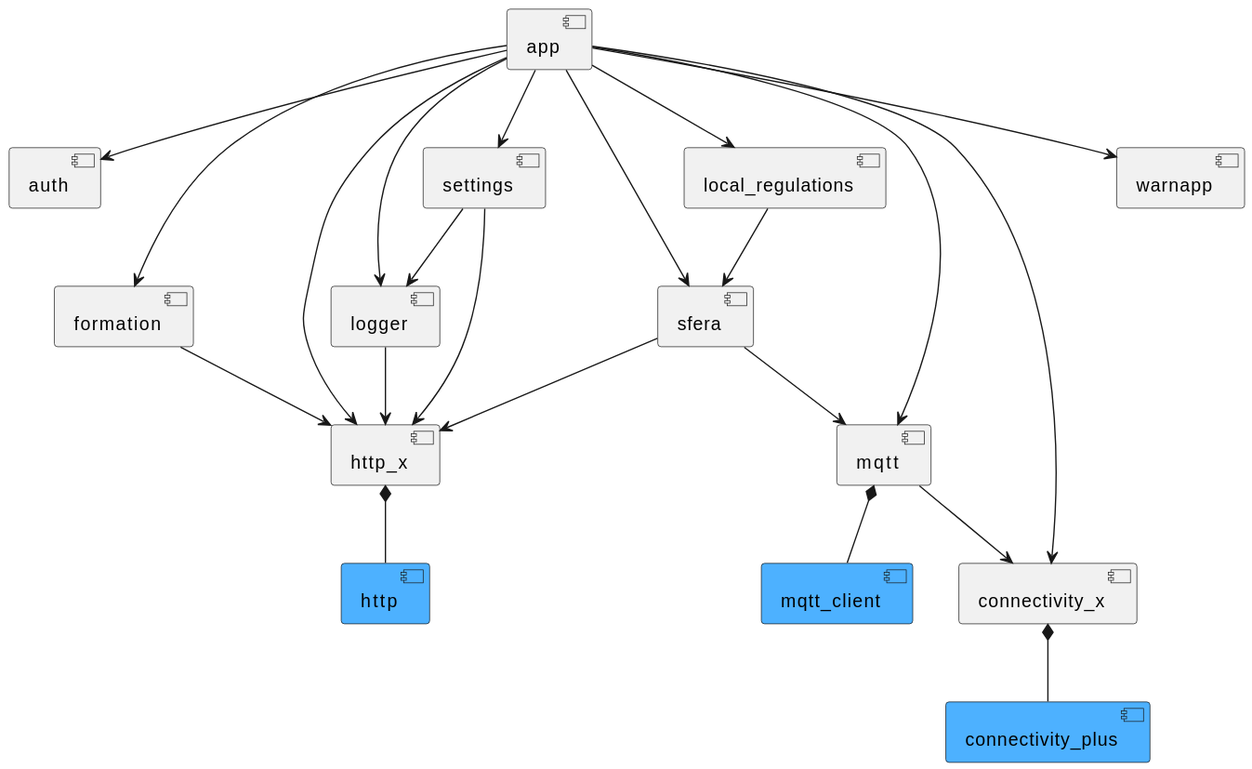
Above: das_client/components.svg in SchweizerischeBundesbahnen/DAS (PlantUML), before the change.
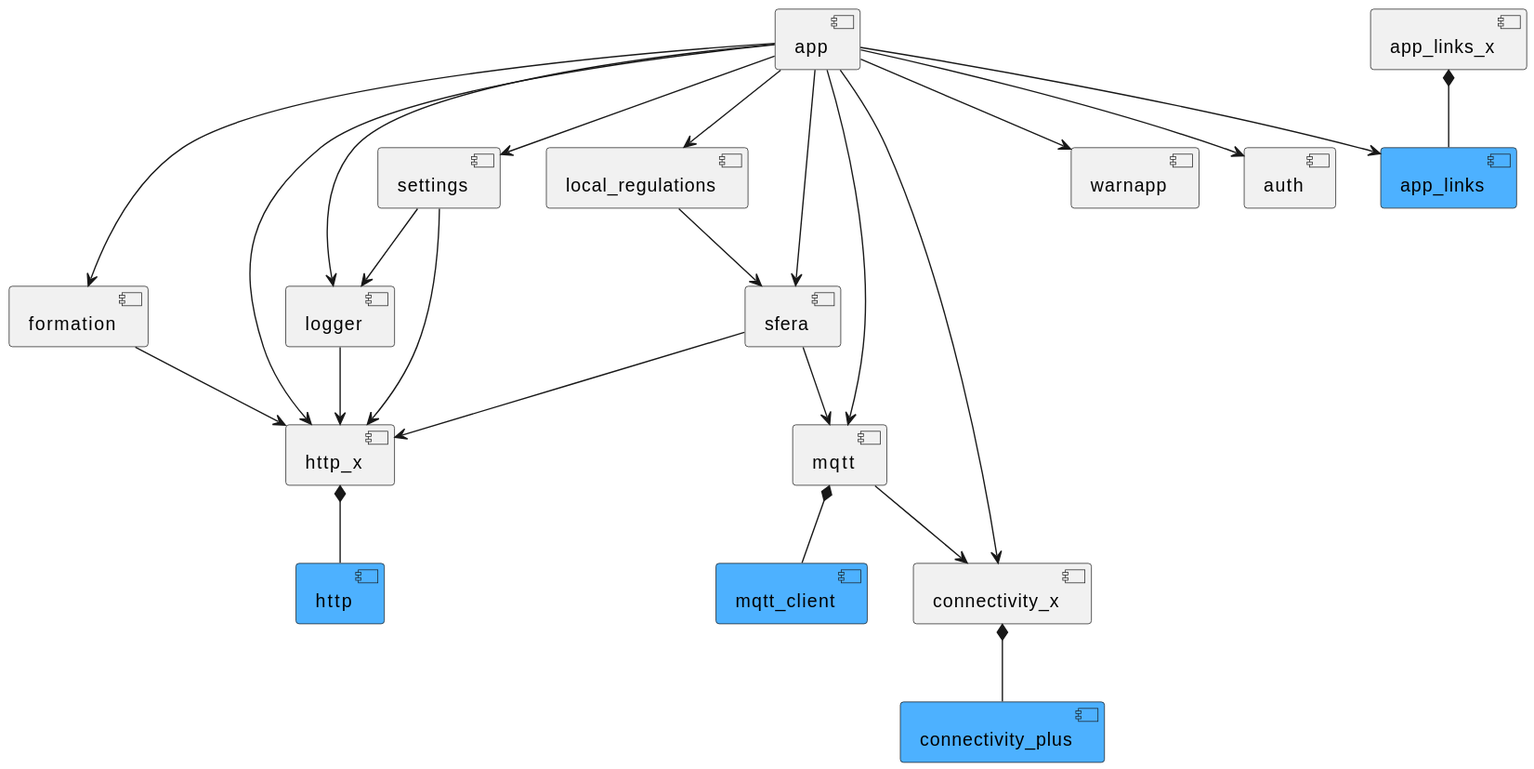
Later version of the same file.

Change to the diagram source:
```diff
@@ -13,6 +13,8 @@
 component http_x
 component http #4DB1FF
 component connectivity_plus #4DB1FF
+component app_links #4DB1FF
+component app_links_x
 
 app --> auth
 app --> sfera
@@ -24,6 +26,7 @@
 app --> logger
 app --> http_x
 app --> formation
+app --> app_links
 
 settings --> http_x
 settings --> logger
@@ -43,4 +46,6 @@
 mqtt *-- mqtt_client
 
 connectivity_x *-- connectivity_plus
+
+app_links_x *-- app_links
 @enduml
```
